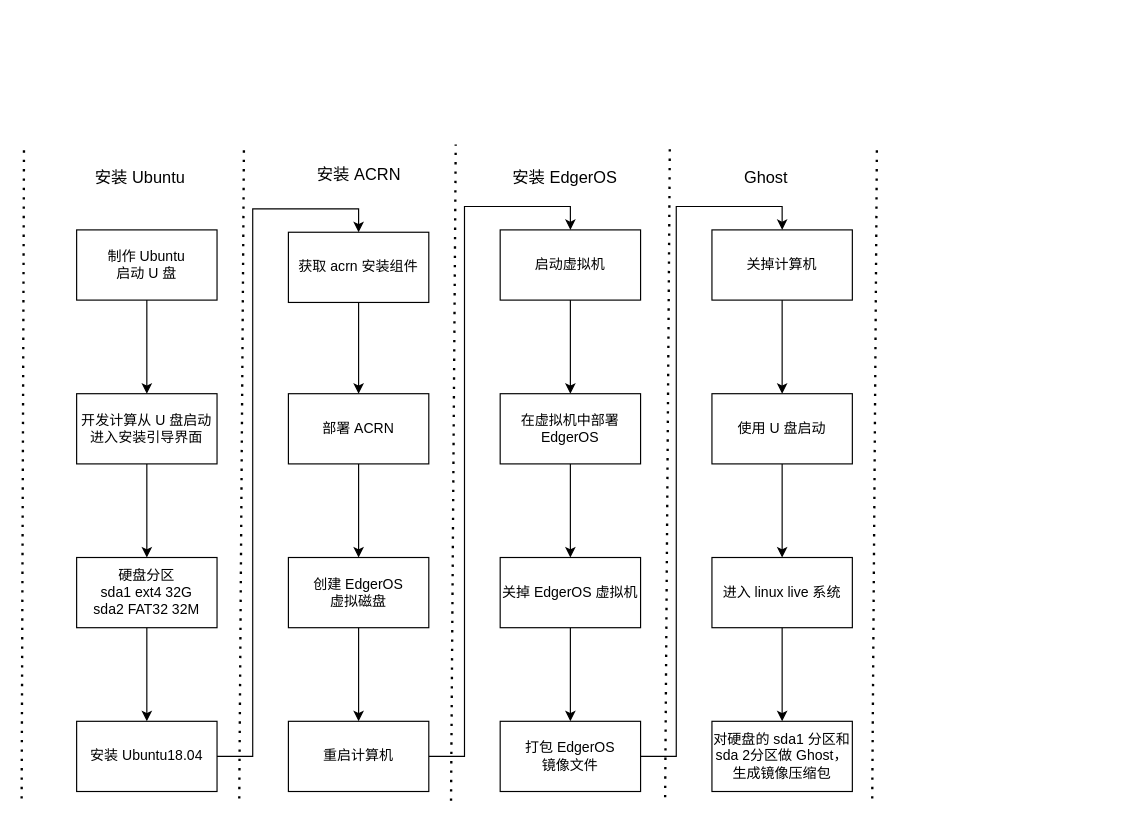
This is 开发流程.drawio from SongXiaoLongg/DrawIO, a draw.io file, before an edit. Source tidied: cells renumbered, new cells numbered last; positions are measured from the earlier drawing's top-left corner, leaving out a move shared by most shapes. Both pictures are drawn from the tidied source at 117%, with x=0, y=0 at pixel (21, 20).
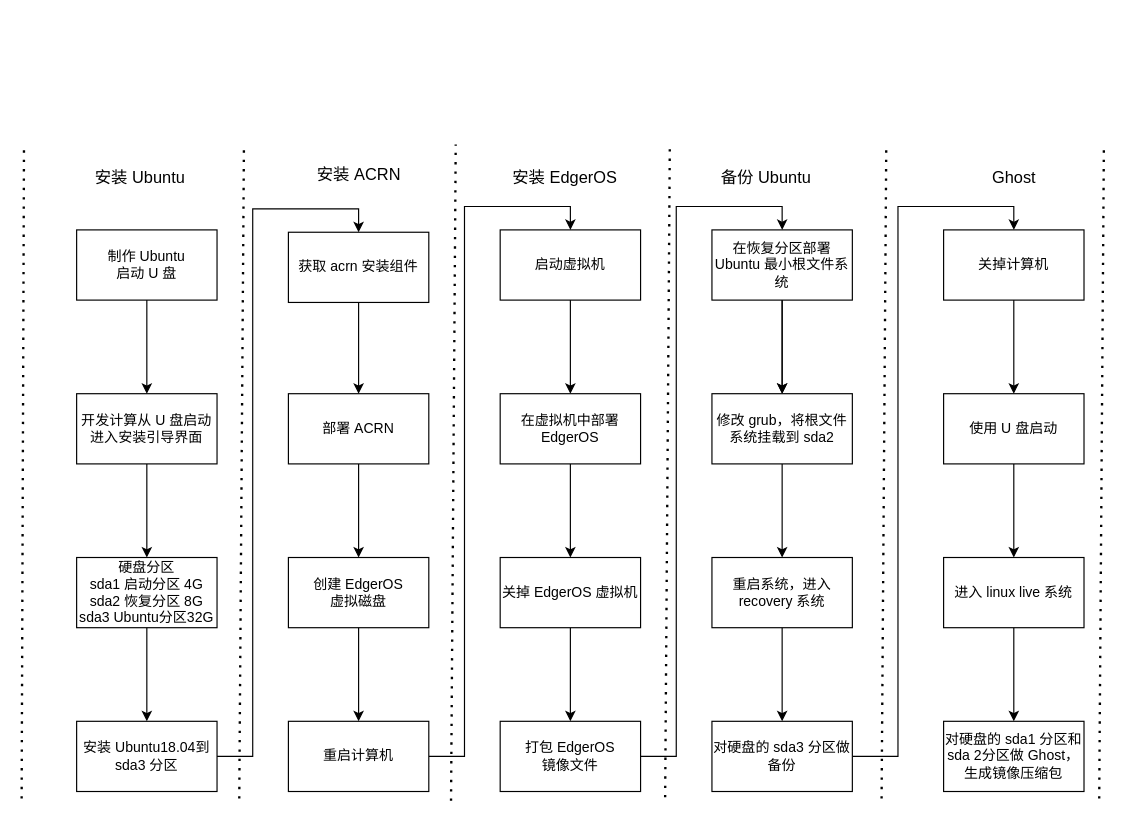
Above is the later version.

Commit message:
更新开发流程.drawio

Diff of the diagram source:
```diff
@@
+    <mxCell id="43" style="edgeStyle=orthogonalEdgeStyle;rounded=0;jettySize=auto;html=1;" parent="1" edge="1" source="17" target="19">
+      <mxGeometry relative="1" as="geometry" />
+    </mxCell>
-    <mxCell id="17" value="关掉计算机" style="whiteSpace=wrap;html=1;rounded=0;" parent="1" vertex="1">
+    <mxCell id="17" value="在恢复分区部署Ubuntu 最小根文件系统" style="whiteSpace=wrap;html=1;rounded=0;" parent="1" vertex="1">
       <mxGeometry x="590" y="179" width="120" height="60" as="geometry" />
     </mxCell>
@@
-    <mxCell id="19" value="使用 U 盘启动" style="whiteSpace=wrap;html=1;rounded=0;" parent="1" vertex="1">
+    <mxCell id="19" value="修改 grub，将根文件系统挂载到 sda2" style="whiteSpace=wrap;html=1;rounded=0;" parent="1" vertex="1">
       <mxGeometry x="590" y="319" width="120" height="60" as="geometry" />
     </mxCell>
@@
-    <mxCell id="21" value="进入 linux live 系统" style="whiteSpace=wrap;html=1;rounded=0;" parent="1" vertex="1">
+    <mxCell id="21" value="重启系统，进入 recovery 系统" style="whiteSpace=wrap;html=1;rounded=0;" parent="1" vertex="1">
       <mxGeometry x="590" y="459" width="120" height="60" as="geometry" />
     </mxCell>
+    <mxCell id="44" style="edgeStyle=orthogonalEdgeStyle;rounded=0;jettySize=auto;html=1;entryX=0.5;entryY=0;entryDx=0;entryDy=0;" parent="1" edge="1" source="22" target="46">
+      <mxGeometry relative="1" as="geometry" />
+    </mxCell>
-    <mxCell id="22" value="对硬盘的 sda1 分区和sda 2分区做 Ghost，生成镜像压缩包" style="whiteSpace=wrap;html=1;rounded=0;" parent="1" vertex="1">
+    <mxCell id="22" value="对硬盘的 sda3 分区做备份" style="whiteSpace=wrap;html=1;rounded=0;" parent="1" vertex="1">
       <mxGeometry x="590" y="599" width="120" height="60" as="geometry" />
     </mxCell>
@@
-    <mxCell id="24" value="硬盘分区&lt;br&gt;sda1 ext4 32G&lt;br&gt;sda2 FAT32 32M" style="rounded=0;whiteSpace=wrap;html=1;" parent="1" vertex="1">
+    <mxCell id="24" value="硬盘分区&lt;br&gt;sda1 启动分区 4G&lt;br&gt;sda2 恢复分区 8G&lt;br&gt;sda3 Ubuntu分区32G" style="rounded=0;whiteSpace=wrap;html=1;" parent="1" vertex="1">
       <mxGeometry x="47" y="459" width="120" height="60" as="geometry" />
     </mxCell>
@@
-    <mxCell id="30" value="安装 Ubuntu18.04" style="whiteSpace=wrap;html=1;rounded=0;" parent="1" vertex="1">
+    <mxCell id="30" value="安装 Ubuntu18.04到&lt;br&gt;sda3 分区" style="whiteSpace=wrap;html=1;rounded=0;" parent="1" vertex="1">
       <mxGeometry x="47" y="599" width="120" height="60" as="geometry" />
     </mxCell>
@@
     <mxCell id="34" style="endArrow=none;dashed=1;html=1;dashPattern=1 3;strokeWidth=2;rounded=0;" parent="1" edge="1">
       <mxGeometry relative="1" as="geometry">
-        <mxPoint x="727" y="665" as="sourcePoint" />
-        <mxPoint x="731" y="106" as="targetPoint" />
+        <mxPoint x="735" y="665" as="sourcePoint" />
+        <mxPoint x="739" y="106" as="targetPoint" />
       </mxGeometry>
     </mxCell>
@@
-    <mxCell id="42" value="&lt;span style=&quot;font-size: 14px;&quot;&gt;Ghost&lt;br&gt;&lt;/span&gt;" style="text;html=1;strokeColor=none;fillColor=none;align=center;verticalAlign=middle;whiteSpace=wrap;rounded=0;opacity=0;" parent="1" vertex="1">
+    <mxCell id="42" value="&lt;span style=&quot;font-size: 14px;&quot;&gt;备份 Ubuntu&lt;br&gt;&lt;/span&gt;" style="text;html=1;strokeColor=none;fillColor=none;align=center;verticalAlign=middle;whiteSpace=wrap;rounded=0;opacity=0;" parent="1" vertex="1">
       <mxGeometry x="568" y="113" width="137" height="42" as="geometry" />
     </mxCell>
+    <mxCell id="45" style="edgeStyle=orthogonalEdgeStyle;rounded=0;jettySize=auto;html=1;" parent="1" edge="1" source="46" target="48">
+      <mxGeometry relative="1" as="geometry" />
+    </mxCell>
+    <mxCell id="46" value="关掉计算机" style="whiteSpace=wrap;html=1;rounded=0;" parent="1" vertex="1">
+      <mxGeometry x="788" y="179" width="120" height="60" as="geometry" />
+    </mxCell>
+    <mxCell id="47" style="edgeStyle=orthogonalEdgeStyle;rounded=0;jettySize=auto;html=1;" parent="1" edge="1" source="48" target="50">
+      <mxGeometry relative="1" as="geometry" />
+    </mxCell>
+    <mxCell id="48" value="使用 U 盘启动" style="whiteSpace=wrap;html=1;rounded=0;" parent="1" vertex="1">
+      <mxGeometry x="788" y="319" width="120" height="60" as="geometry" />
+    </mxCell>
+    <mxCell id="49" style="edgeStyle=orthogonalEdgeStyle;rounded=0;jettySize=auto;html=1;" parent="1" edge="1" source="50" target="51">
+      <mxGeometry relative="1" as="geometry" />
+    </mxCell>
+    <mxCell id="50" value="进入 linux live 系统" style="whiteSpace=wrap;html=1;rounded=0;" parent="1" vertex="1">
+      <mxGeometry x="788" y="459" width="120" height="60" as="geometry" />
+    </mxCell>
+    <mxCell id="51" value="对硬盘的 sda1 分区和sda 2分区做 Ghost，生成镜像压缩包" style="whiteSpace=wrap;html=1;rounded=0;" parent="1" vertex="1">
+      <mxGeometry x="788" y="599" width="120" height="60" as="geometry" />
+    </mxCell>
+    <mxCell id="52" style="endArrow=none;dashed=1;html=1;dashPattern=1 3;strokeWidth=2;rounded=0;" parent="1" edge="1">
+      <mxGeometry relative="1" as="geometry">
+        <mxPoint x="921" y="665" as="sourcePoint" />
+        <mxPoint x="925" y="106" as="targetPoint" />
+      </mxGeometry>
+    </mxCell>
+    <mxCell id="53" value="&lt;span style=&quot;font-size: 14px;&quot;&gt;Ghost&lt;br&gt;&lt;/span&gt;" style="text;html=1;strokeColor=none;fillColor=none;align=center;verticalAlign=middle;whiteSpace=wrap;rounded=0;opacity=0;" parent="1" vertex="1">
+      <mxGeometry x="779.5" y="113" width="137" height="42" as="geometry" />
+    </mxCell>
```
